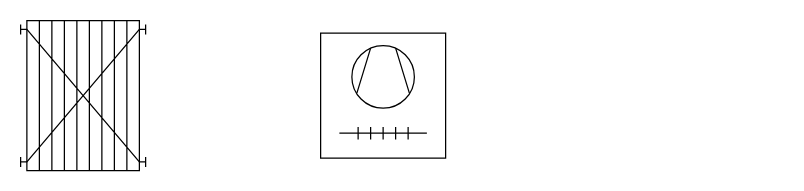
Before: ns-en-1861.drawio in FreyBear/kuldeteknikk-drawio, a draw.io diagram. Source tidied: cells renumbered, new cells numbered last; positions are measured from the earlier drawing's top-left corner, leaving out a move shared by most shapes. Both pictures are drawn from the tidied source at 125%, with x=0, y=0 at pixel (20, 20).
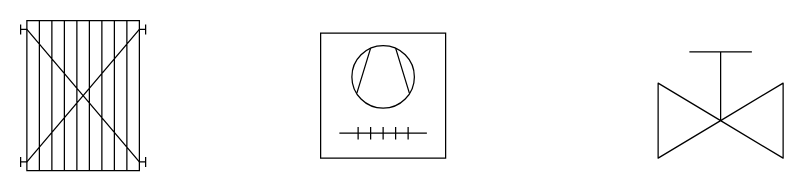
After the change.

Diff of the diagram source:
```diff
@@
 <mxGraphModel>
   <root>
     <mxCell id="0" />
     <mxCell id="1" parent="0" />
     <mxCell id="2" style="shape=mxgraph.pid.heat_exchangers.plate_and_frame_heat_exchanger;html=1;align=center;verticalLabelPosition=bottom;verticalAlign=top;dashed=0;" parent="1" vertex="1">
       <mxGeometry width="100" height="120" as="geometry" />
     </mxCell>
     <mxCell id="3" style="shape=mxgraph.pid.heat_exchangers.heat_exchanger_(finned_tubes,_fan);html=1;align=center;verticalLabelPosition=bottom;verticalAlign=top;dashed=0;" parent="1" vertex="1">
       <mxGeometry x="240" y="10" width="100" height="100" as="geometry" />
     </mxCell>
+    <mxCell id="4" style="verticalLabelPosition=bottom;align=center;html=1;verticalAlign=top;dashed=0;shape=mxgraph.pid2valves.valve;valveType=gate;actuator=man;" parent="1" vertex="1">
+      <mxGeometry x="510" y="10" width="100" height="100" as="geometry" />
+    </mxCell>
   </root>
 </mxGraphModel>
```
